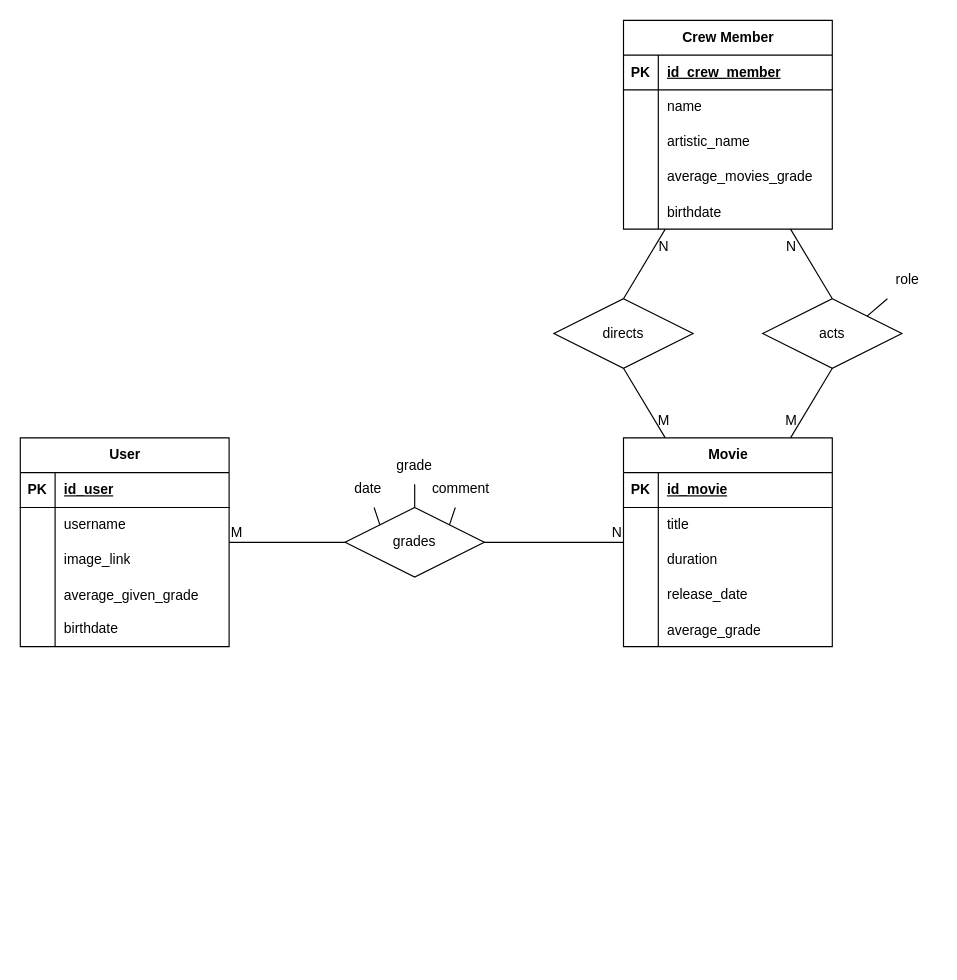
The draw.io diagram lab01/diagramas/diagramaER.drawio in yaesetti/mc536, before the edit. Source tidied: cells renumbered, new cells numbered last; positions are measured from the earlier drawing's top-left corner, leaving out a move shared by most shapes. Both pictures are drawn from the tidied source at 116%, with x=0, y=0 at pixel (20, 20).
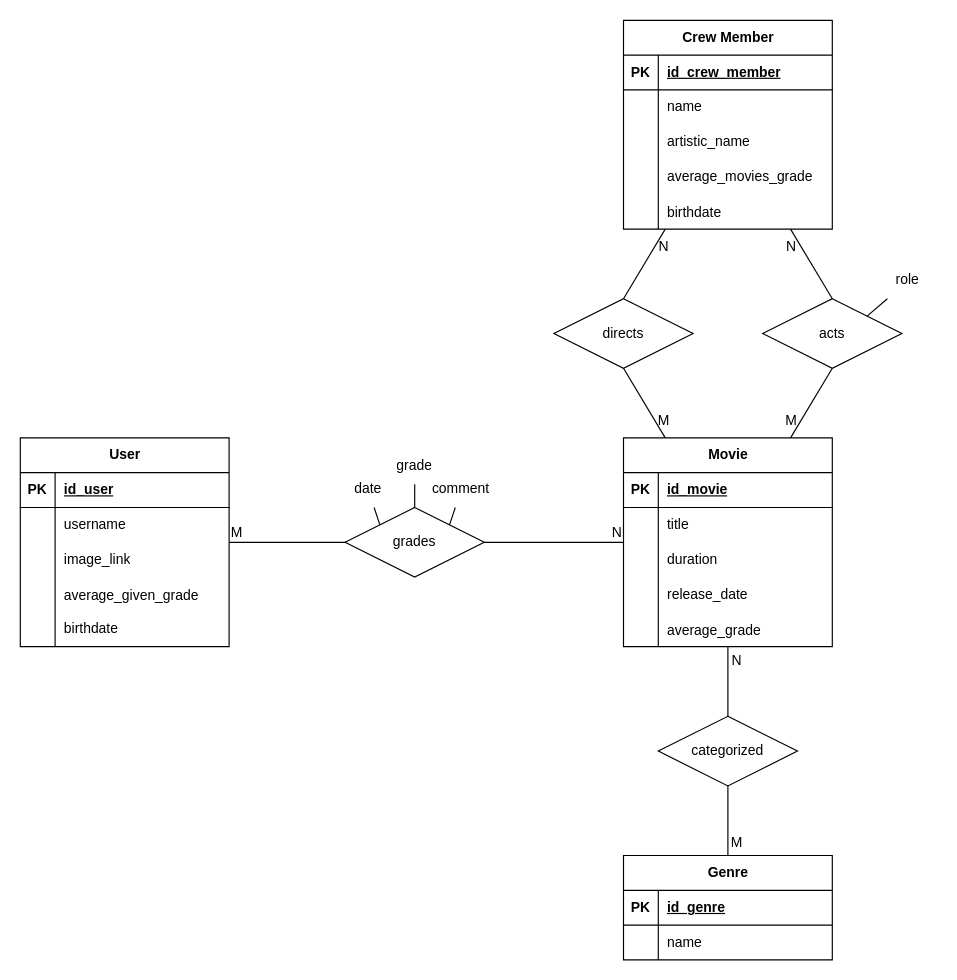
Above is the later version.

Commit message:
finished diagrama

The change refers to these unchanged cells:
```xml
<mxCell id="25" value="Movie" style="shape=table;startSize=30;childLayout=tableLayout;rowLines=0;fontStyle=1;align=center;html=1;" parent="1" vertex="1">
  <mxGeometry x="520" y="360" width="180" height="180" as="geometry" />
</mxCell>
```

Change to the diagram source:
```diff
@@
+    <mxCell id="72" value="Genre" style="shape=table;startSize=30;childLayout=tableLayout;rowLines=0;fontStyle=1;align=center;html=1;" parent="1" vertex="1">
+      <mxGeometry x="520" y="720" width="180" height="90" as="geometry" />
+    </mxCell>
+    <mxCell id="73" style="shape=tableRow;horizontal=0;startSize=0;swimlaneHead=0;swimlaneBody=0;fillColor=none;top=0;left=0;right=0;bottom=1;" parent="72" vertex="1">
+      <mxGeometry y="30" width="180" height="30" as="geometry" />
+    </mxCell>
+    <mxCell id="74" value="PK" style="shape=partialRectangle;fillColor=none;top=0;left=0;bottom=0;right=0;fontStyle=1;overflow=hidden;whiteSpace=wrap;html=1;" parent="73" vertex="1">
+      <mxGeometry width="30" height="30" as="geometry" />
+    </mxCell>
+    <mxCell id="75" value="id_genre" style="shape=partialRectangle;fillColor=none;top=0;left=0;bottom=0;right=0;align=left;spacingLeft=6;fontStyle=5;overflow=hidden;whiteSpace=wrap;html=1;" parent="73" vertex="1">
+      <mxGeometry x="30" width="150" height="30" as="geometry" />
+    </mxCell>
+    <mxCell id="76" style="shape=tableRow;horizontal=0;startSize=0;swimlaneHead=0;swimlaneBody=0;fillColor=none;top=0;left=0;right=0;bottom=0;" parent="72" vertex="1">
+      <mxGeometry y="60" width="180" height="30" as="geometry" />
+    </mxCell>
+    <mxCell id="77" style="shape=partialRectangle;fillColor=none;top=0;left=0;bottom=0;right=0;overflow=hidden;whiteSpace=wrap;html=1;" parent="76" vertex="1">
+      <mxGeometry width="30" height="30" as="geometry" />
+    </mxCell>
+    <mxCell id="78" value="name" style="shape=partialRectangle;fillColor=none;top=0;left=0;bottom=0;right=0;align=left;spacingLeft=6;overflow=hidden;whiteSpace=wrap;html=1;" parent="76" vertex="1">
+      <mxGeometry x="30" width="150" height="30" as="geometry" />
+    </mxCell>
+    <mxCell id="79" style="edgeStyle=orthogonalEdgeStyle;rounded=0;jettySize=auto;html=1;exitX=0.5;exitY=0;exitDx=0;exitDy=0;endArrow=none;endFill=0;" parent="1" edge="1" source="81" target="25">
+      <mxGeometry relative="1" as="geometry" />
+    </mxCell>
+    <mxCell id="80" style="edgeStyle=orthogonalEdgeStyle;rounded=0;jettySize=auto;html=1;exitX=0.5;exitY=1;exitDx=0;exitDy=0;endArrow=none;endFill=0;" parent="1" edge="1" source="81" target="72">
+      <mxGeometry relative="1" as="geometry" />
+    </mxCell>
+    <mxCell id="81" value="categorized" style="shape=rhombus;perimeter=rhombusPerimeter;whiteSpace=wrap;html=1;align=center;" parent="1" vertex="1">
+      <mxGeometry x="550" y="600" width="120" height="60" as="geometry" />
+    </mxCell>
+    <mxCell id="82" value="N" style="text;html=1;whiteSpace=wrap;strokeColor=none;fillColor=none;align=center;verticalAlign=middle;rounded=0;" parent="1" vertex="1">
+      <mxGeometry x="603" y="537" width="30" height="30" as="geometry" />
+    </mxCell>
+    <mxCell id="83" value="M" style="text;html=1;whiteSpace=wrap;strokeColor=none;fillColor=none;align=center;verticalAlign=middle;rounded=0;" parent="1" vertex="1">
+      <mxGeometry x="603" y="694" width="30" height="30" as="geometry" />
+    </mxCell>
```
